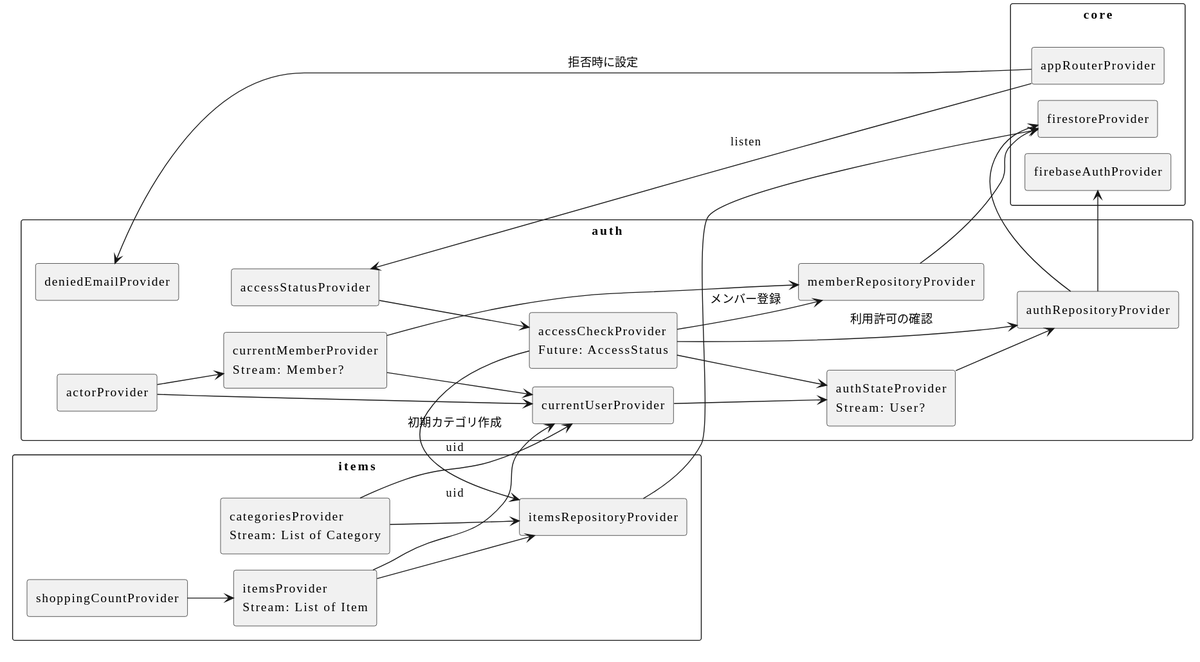
Earlier version of the PlantUML export design/architecture/diagrams/providers.svg (LASC-SINCE2015/LivingManager). Its diagram source:
```plantuml
@startuml
!pragma layout smetana
skinparam defaultFontName "Meiryo"
left to right direction

rectangle "core" {
  rectangle "firebaseAuthProvider" as fa
  rectangle "firestoreProvider" as fs
  rectangle "appRouterProvider" as router
}

rectangle "auth" {
  rectangle "authRepositoryProvider" as authRepo
  rectangle "memberRepositoryProvider" as memberRepo
  rectangle "authStateProvider\nStream: User?" as authState
  rectangle "currentUserProvider" as currentUser
  rectangle "accessCheckProvider\nFuture: AccessStatus" as accessCheck
  rectangle "accessStatusProvider" as accessStatus
  rectangle "deniedEmailProvider" as deniedEmail
  rectangle "currentMemberProvider\nStream: Member?" as currentMember
  rectangle "actorProvider" as actor
}

rectangle "items" {
  rectangle "itemsRepositoryProvider" as itemsRepo
  rectangle "categoriesProvider\nStream: List of Category" as categories
  rectangle "itemsProvider\nStream: List of Item" as itemList
  rectangle "shoppingCountProvider" as count
}

authRepo --> fa
authRepo --> fs
memberRepo --> fs
itemsRepo --> fs

authState --> authRepo
currentUser --> authState
accessCheck --> authState
accessCheck --> authRepo : 利用許可の確認
accessCheck --> memberRepo : メンバー登録
accessCheck --> itemsRepo : 初期カテゴリ作成
accessStatus --> accessCheck
currentMember --> currentUser
currentMember --> memberRepo
actor --> currentUser
actor --> currentMember

categories --> currentUser : uid
categories --> itemsRepo
itemList --> currentUser : uid
itemList --> itemsRepo
count --> itemList

router --> accessStatus : listen
router --> deniedEmail : 拒否時に設定
@enduml
```
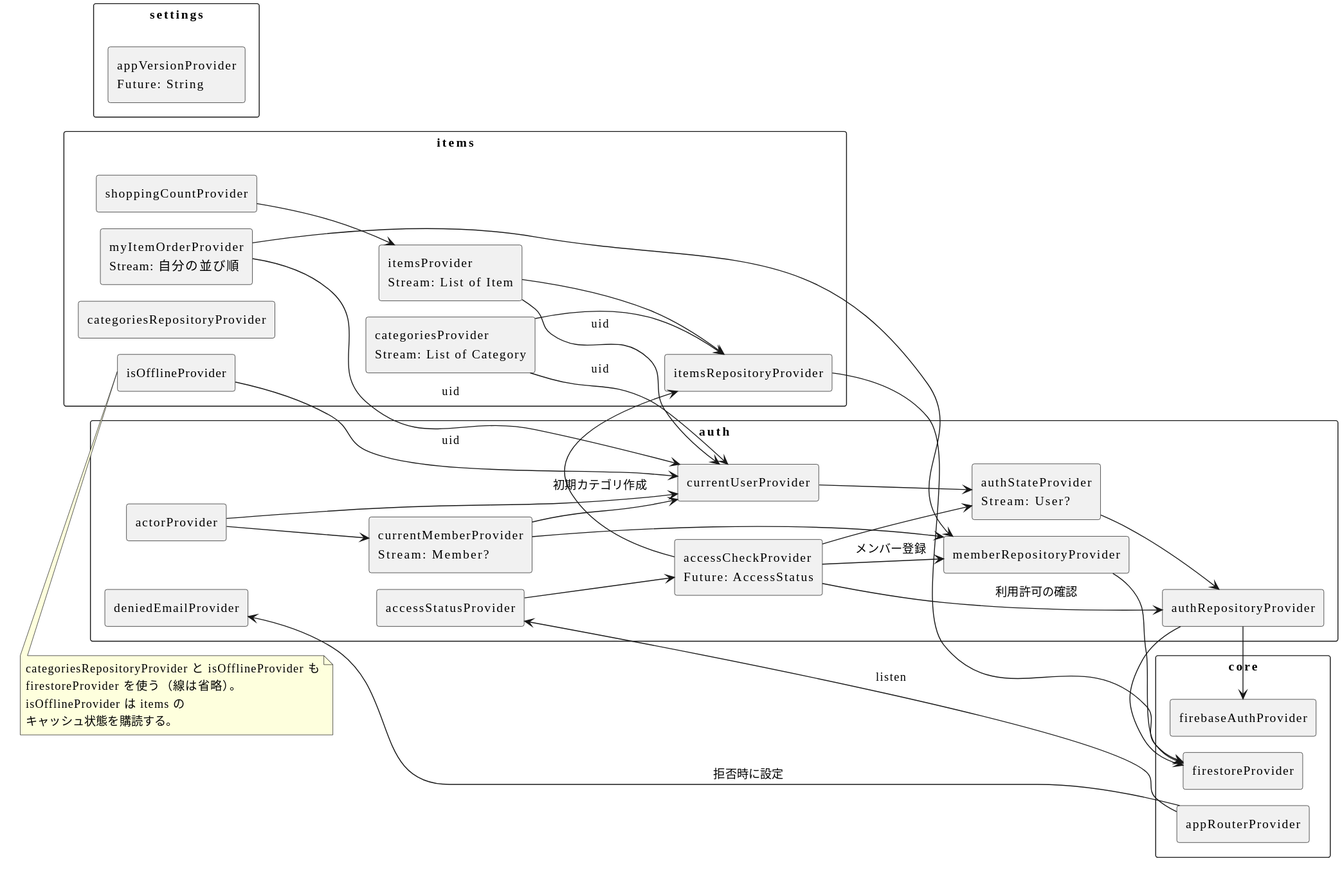
After the change.

What changed in the source:
```diff
@@ -26,6 +26,13 @@
   rectangle "categoriesProvider\nStream: List of Category" as categories
   rectangle "itemsProvider\nStream: List of Item" as itemList
   rectangle "shoppingCountProvider" as count
+  rectangle "myItemOrderProvider\nStream: 自分の並び順" as myOrder
+  rectangle "categoriesRepositoryProvider" as catRepo
+  rectangle "isOfflineProvider" as offline
+}
+
+rectangle "settings" {
+  rectangle "appVersionProvider\nFuture: String" as version
 }
 
 authRepo --> fa
@@ -50,7 +57,16 @@
 itemList --> currentUser : uid
 itemList --> itemsRepo
 count --> itemList
+myOrder --> currentUser : uid
+myOrder --> memberRepo
+offline --> currentUser : uid
 
 router --> accessStatus : listen
 router --> deniedEmail : 拒否時に設定
+note bottom of offline
+  categoriesRepositoryProvider と isOfflineProvider も
+  firestoreProvider を使う（線は省略）。
+  isOfflineProvider は items の
+  キャッシュ状態を購読する。
+end note
 @enduml
```
